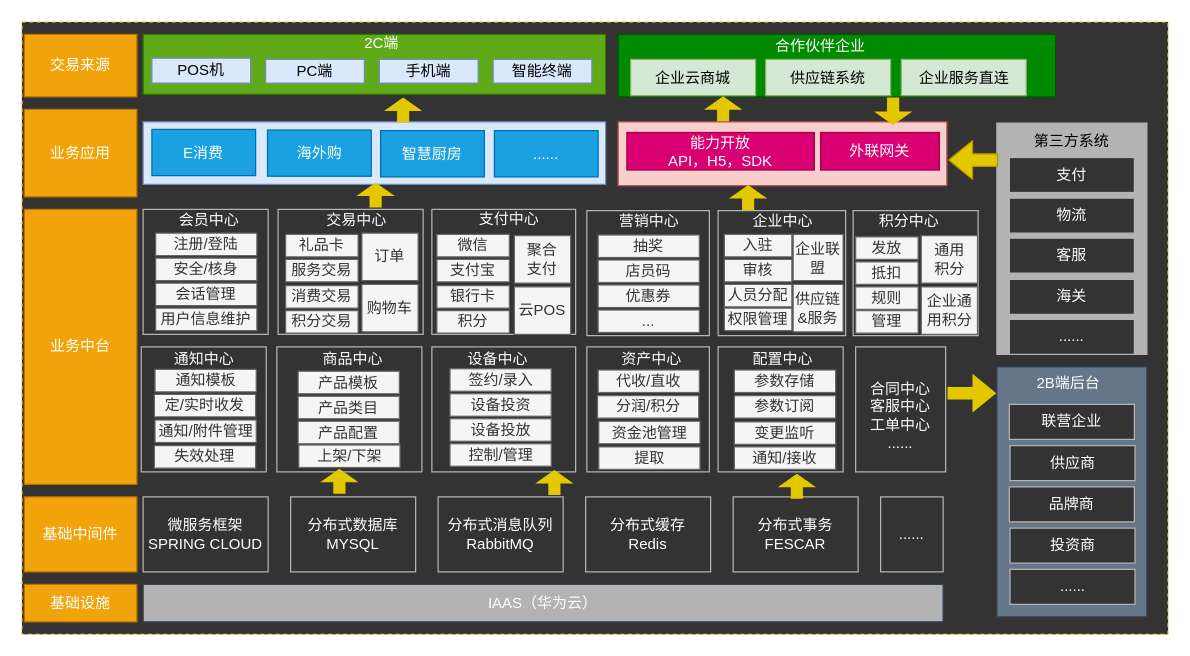
Above: page "business-c" (4 of 5) of cgc/cgc-framework.drawio in kinvensan/drawio (draw.io), before the change. Source tidied: cells renumbered, new cells numbered last; positions are measured from the earlier drawing's top-left corner, leaving out a move shared by most shapes. Both pictures are drawn from the tidied source at 125%, with x=0, y=0 at pixel (21, 21).
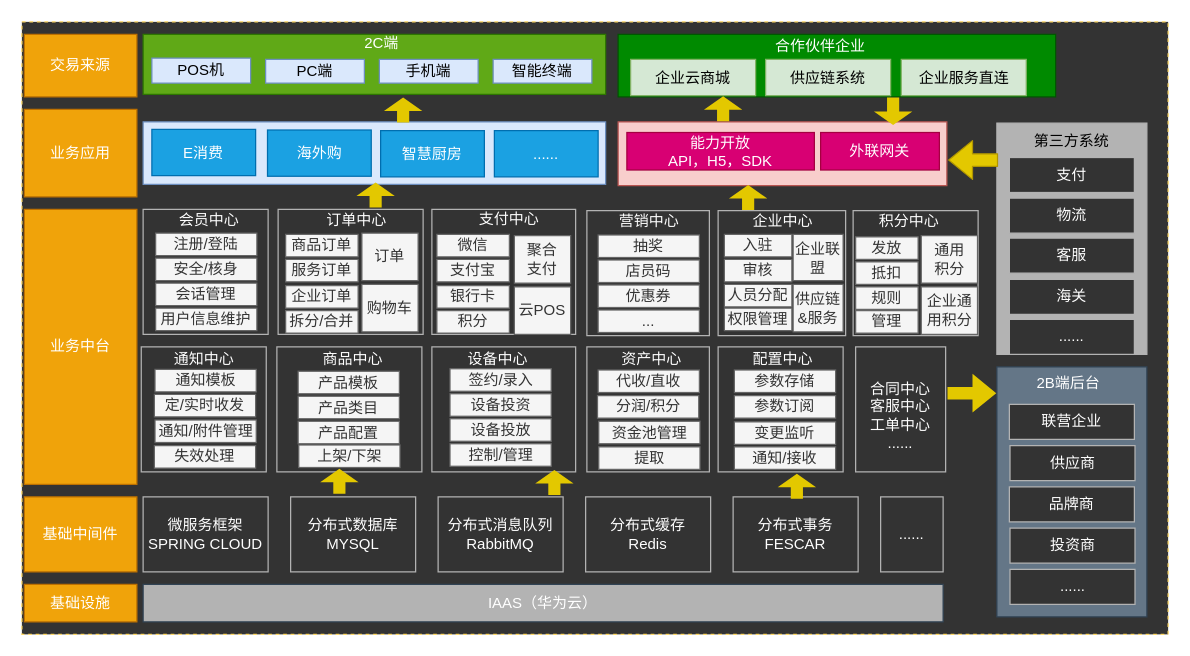
After the change.

Diff of the diagram source:
```diff
@@
-    <mxCell id="46" value="交易中心" style="text;html=1;strokeColor=none;fillColor=none;align=center;verticalAlign=middle;whiteSpace=wrap;rounded=0;fontColor=#FFFFFF;" parent="1" vertex="1">
+    <mxCell id="46" value="订单中心" style="text;html=1;strokeColor=none;fillColor=none;align=center;verticalAlign=middle;whiteSpace=wrap;rounded=0;fontColor=#FFFFFF;" parent="1" vertex="1">
       <mxGeometry x="238" y="149" width="60" height="20" as="geometry" />
     </mxCell>
@@
-    <mxCell id="76" value="礼品卡" style="rounded=0;whiteSpace=wrap;html=1;strokeColor=#666666;fillColor=#f5f5f5;fontColor=#333333;" parent="1" vertex="1">
+    <mxCell id="76" value="商品订单" style="rounded=0;whiteSpace=wrap;html=1;strokeColor=#666666;fillColor=#f5f5f5;fontColor=#333333;" parent="1" vertex="1">
       <mxGeometry x="211" y="170" width="58" height="18" as="geometry" />
     </mxCell>
@@
-    <mxCell id="78" value="服务交易" style="rounded=0;whiteSpace=wrap;html=1;strokeColor=#666666;fillColor=#f5f5f5;fontColor=#333333;" parent="1" vertex="1">
+    <mxCell id="78" value="服务订单" style="rounded=0;whiteSpace=wrap;html=1;strokeColor=#666666;fillColor=#f5f5f5;fontColor=#333333;" parent="1" vertex="1">
       <mxGeometry x="211" y="190" width="58" height="18" as="geometry" />
     </mxCell>
-    <mxCell id="79" value="消费交易" style="rounded=0;whiteSpace=wrap;html=1;strokeColor=#666666;fillColor=#f5f5f5;fontColor=#333333;" parent="1" vertex="1">
+    <mxCell id="79" value="企业订单" style="rounded=0;whiteSpace=wrap;html=1;strokeColor=#666666;fillColor=#f5f5f5;fontColor=#333333;" parent="1" vertex="1">
       <mxGeometry x="211" y="211" width="58" height="18" as="geometry" />
     </mxCell>
@@
-    <mxCell id="124" value="积分交易" style="rounded=0;whiteSpace=wrap;html=1;strokeColor=#666666;fillColor=#f5f5f5;fontColor=#333333;" parent="1" vertex="1">
+    <mxCell id="124" value="拆分/合并" style="rounded=0;whiteSpace=wrap;html=1;strokeColor=#666666;fillColor=#f5f5f5;fontColor=#333333;" parent="1" vertex="1">
       <mxGeometry x="211" y="231" width="58" height="18" as="geometry" />
     </mxCell>
```
